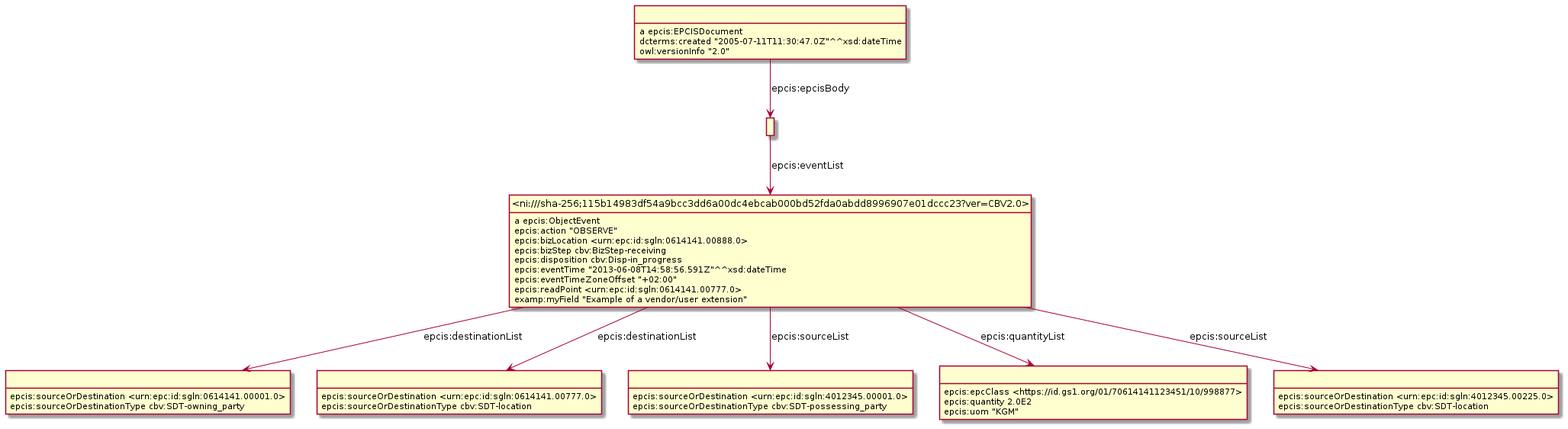
gs1/EPCIS keeps this PlantUML diagram as Diagrams/WithDigitalLinkID/Example_9.6.2-ObjectEventWithDigitalLink.png. Above is the earlier version.
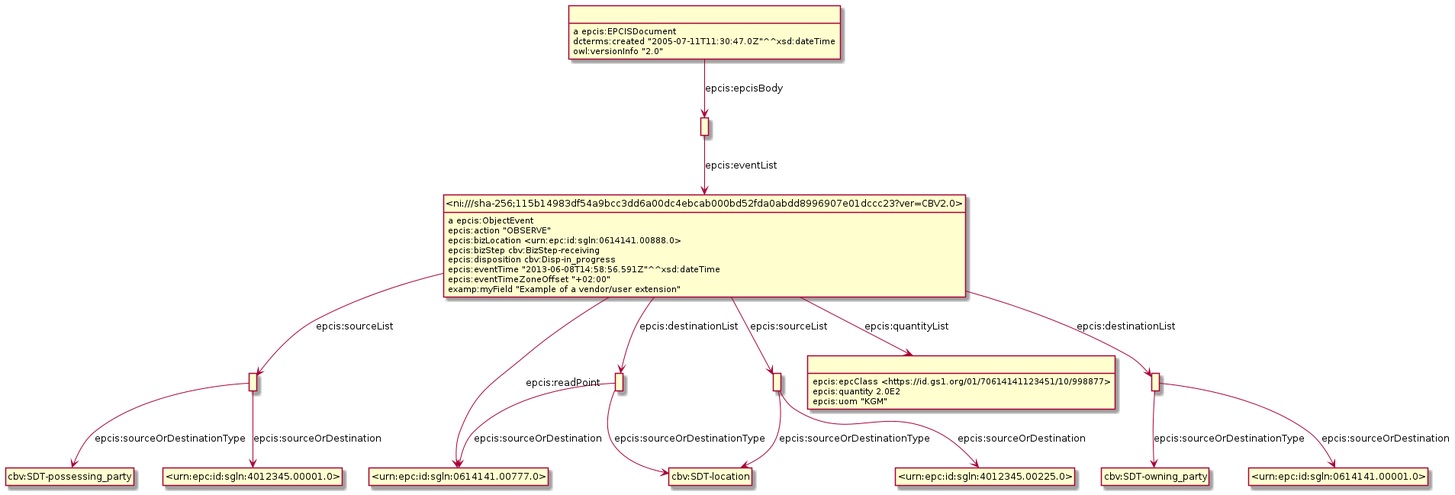
Above is the later version.

Change to the diagram source:
```diff
@@ -3,42 +3,49 @@
 hide empty attributes
 hide circle
 skinparam classAttributeIconSize 0
+class _r1632232135r4_ as " "
+class _urn_epc_id_sgln_4012345_00001_0_ as "<urn:epc:id:sgln:4012345.00001.0>"
+_r1632232135r4_ -down-> _urn_epc_id_sgln_4012345_00001_0_ : epcis:sourceOrDestination
+class cbv_SDT_possessing_party as "cbv:SDT-possessing_party"
+_r1632232135r4_ -down-> cbv_SDT_possessing_party : epcis:sourceOrDestinationType
+class _r1632232135r6_ as " "
 class _ni_sha_256_115b14983df54a9bcc3dd6a00dc4ebcab000bd52fda0abdd8996907e01dccc23_ver_CBV2_0_ as "<ni:///sha-256;115b14983df54a9bcc3dd6a00dc4ebcab000bd52fda0abdd8996907e01dccc23?ver=CBV2.0>"
+_r1632232135r6_ -down-> _ni_sha_256_115b14983df54a9bcc3dd6a00dc4ebcab000bd52fda0abdd8996907e01dccc23_ver_CBV2_0_ : epcis:eventList
+class _r1632232135r0_ as " "
+class cbv_SDT_location as "cbv:SDT-location"
+_r1632232135r0_ -down-> cbv_SDT_location : epcis:sourceOrDestinationType
+class _urn_epc_id_sgln_0614141_00777_0_ as "<urn:epc:id:sgln:0614141.00777.0>"
+_r1632232135r0_ -down-> _urn_epc_id_sgln_0614141_00777_0_ : epcis:sourceOrDestination
+class _r1632232135r3_ as " "
+_r1632232135r3_ -down-> cbv_SDT_location : epcis:sourceOrDestinationType
+class _urn_epc_id_sgln_4012345_00225_0_ as "<urn:epc:id:sgln:4012345.00225.0>"
+_r1632232135r3_ -down-> _urn_epc_id_sgln_4012345_00225_0_ : epcis:sourceOrDestination
 _ni_sha_256_115b14983df54a9bcc3dd6a00dc4ebcab000bd52fda0abdd8996907e01dccc23_ver_CBV2_0_ : a epcis:ObjectEvent
-class _r1631889696r1_ as " "
-_ni_sha_256_115b14983df54a9bcc3dd6a00dc4ebcab000bd52fda0abdd8996907e01dccc23_ver_CBV2_0_ -down-> _r1631889696r1_ : epcis:destinationList
-class _r1631889696r0_ as " "
-_ni_sha_256_115b14983df54a9bcc3dd6a00dc4ebcab000bd52fda0abdd8996907e01dccc23_ver_CBV2_0_ -down-> _r1631889696r0_ : epcis:destinationList
-class _r1631889696r4_ as " "
-_ni_sha_256_115b14983df54a9bcc3dd6a00dc4ebcab000bd52fda0abdd8996907e01dccc23_ver_CBV2_0_ -down-> _r1631889696r4_ : epcis:sourceList
-class _r1631889696r2_ as " "
-_ni_sha_256_115b14983df54a9bcc3dd6a00dc4ebcab000bd52fda0abdd8996907e01dccc23_ver_CBV2_0_ -down-> _r1631889696r2_ : epcis:quantityList
-class _r1631889696r3_ as " "
-_ni_sha_256_115b14983df54a9bcc3dd6a00dc4ebcab000bd52fda0abdd8996907e01dccc23_ver_CBV2_0_ -down-> _r1631889696r3_ : epcis:sourceList
+_ni_sha_256_115b14983df54a9bcc3dd6a00dc4ebcab000bd52fda0abdd8996907e01dccc23_ver_CBV2_0_ -down-> _urn_epc_id_sgln_0614141_00777_0_ : epcis:readPoint
+_ni_sha_256_115b14983df54a9bcc3dd6a00dc4ebcab000bd52fda0abdd8996907e01dccc23_ver_CBV2_0_ -down-> _r1632232135r4_ : epcis:sourceList
+class _r1632232135r2_ as " "
+_ni_sha_256_115b14983df54a9bcc3dd6a00dc4ebcab000bd52fda0abdd8996907e01dccc23_ver_CBV2_0_ -down-> _r1632232135r2_ : epcis:quantityList
+_ni_sha_256_115b14983df54a9bcc3dd6a00dc4ebcab000bd52fda0abdd8996907e01dccc23_ver_CBV2_0_ -down-> _r1632232135r0_ : epcis:destinationList
+class _r1632232135r1_ as " "
+_ni_sha_256_115b14983df54a9bcc3dd6a00dc4ebcab000bd52fda0abdd8996907e01dccc23_ver_CBV2_0_ -down-> _r1632232135r1_ : epcis:destinationList
+_ni_sha_256_115b14983df54a9bcc3dd6a00dc4ebcab000bd52fda0abdd8996907e01dccc23_ver_CBV2_0_ -down-> _r1632232135r3_ : epcis:sourceList
 _ni_sha_256_115b14983df54a9bcc3dd6a00dc4ebcab000bd52fda0abdd8996907e01dccc23_ver_CBV2_0_ : epcis:action "OBSERVE"
 _ni_sha_256_115b14983df54a9bcc3dd6a00dc4ebcab000bd52fda0abdd8996907e01dccc23_ver_CBV2_0_ : epcis:bizLocation <urn:epc:id:sgln:0614141.00888.0>
 _ni_sha_256_115b14983df54a9bcc3dd6a00dc4ebcab000bd52fda0abdd8996907e01dccc23_ver_CBV2_0_ : epcis:bizStep cbv:BizStep-receiving
 _ni_sha_256_115b14983df54a9bcc3dd6a00dc4ebcab000bd52fda0abdd8996907e01dccc23_ver_CBV2_0_ : epcis:disposition cbv:Disp-in_progress
 _ni_sha_256_115b14983df54a9bcc3dd6a00dc4ebcab000bd52fda0abdd8996907e01dccc23_ver_CBV2_0_ : epcis:eventTime "2013-06-08T14:58:56.591Z"^^xsd:dateTime
 _ni_sha_256_115b14983df54a9bcc3dd6a00dc4ebcab000bd52fda0abdd8996907e01dccc23_ver_CBV2_0_ : epcis:eventTimeZoneOffset "+02:00"
-_ni_sha_256_115b14983df54a9bcc3dd6a00dc4ebcab000bd52fda0abdd8996907e01dccc23_ver_CBV2_0_ : epcis:readPoint <urn:epc:id:sgln:0614141.00777.0>
 _ni_sha_256_115b14983df54a9bcc3dd6a00dc4ebcab000bd52fda0abdd8996907e01dccc23_ver_CBV2_0_ : examp:myField "Example of a vendor/user extension"
-_r1631889696r0_ : epcis:sourceOrDestination <urn:epc:id:sgln:0614141.00777.0>
-_r1631889696r0_ : epcis:sourceOrDestinationType cbv:SDT-location
-_r1631889696r4_ : epcis:sourceOrDestination <urn:epc:id:sgln:4012345.00001.0>
-_r1631889696r4_ : epcis:sourceOrDestinationType cbv:SDT-possessing_party
-class _r1631889696r6_ as " "
-_r1631889696r6_ -down-> _ni_sha_256_115b14983df54a9bcc3dd6a00dc4ebcab000bd52fda0abdd8996907e01dccc23_ver_CBV2_0_ : epcis:eventList
-class _r1631889696r5_ as " "
-_r1631889696r5_ : a epcis:EPCISDocument
-_r1631889696r5_ -down-> _r1631889696r6_ : epcis:epcisBody
-_r1631889696r5_ : dcterms:created "2005-07-11T11:30:47.0Z"^^xsd:dateTime
-_r1631889696r5_ : owl:versionInfo "2.0"
-_r1631889696r3_ : epcis:sourceOrDestination <urn:epc:id:sgln:4012345.00225.0>
-_r1631889696r3_ : epcis:sourceOrDestinationType cbv:SDT-location
-_r1631889696r1_ : epcis:sourceOrDestination <urn:epc:id:sgln:0614141.00001.0>
-_r1631889696r1_ : epcis:sourceOrDestinationType cbv:SDT-owning_party
-_r1631889696r2_ : epcis:epcClass <https://id.gs1.org/01/70614141123451/10/998877>
-_r1631889696r2_ : epcis:quantity 2.0E2
-_r1631889696r2_ : epcis:uom "KGM"
+class _urn_epc_id_sgln_0614141_00001_0_ as "<urn:epc:id:sgln:0614141.00001.0>"
+_r1632232135r1_ -down-> _urn_epc_id_sgln_0614141_00001_0_ : epcis:sourceOrDestination
+class cbv_SDT_owning_party as "cbv:SDT-owning_party"
+_r1632232135r1_ -down-> cbv_SDT_owning_party : epcis:sourceOrDestinationType
+class _r1632232135r5_ as " "
+_r1632232135r5_ : a epcis:EPCISDocument
+_r1632232135r5_ -down-> _r1632232135r6_ : epcis:epcisBody
+_r1632232135r5_ : dcterms:created "2005-07-11T11:30:47.0Z"^^xsd:dateTime
+_r1632232135r5_ : owl:versionInfo "2.0"
+_r1632232135r2_ : epcis:epcClass <https://id.gs1.org/01/70614141123451/10/998877>
+_r1632232135r2_ : epcis:quantity 2.0E2
+_r1632232135r2_ : epcis:uom "KGM"
 @enduml
```
